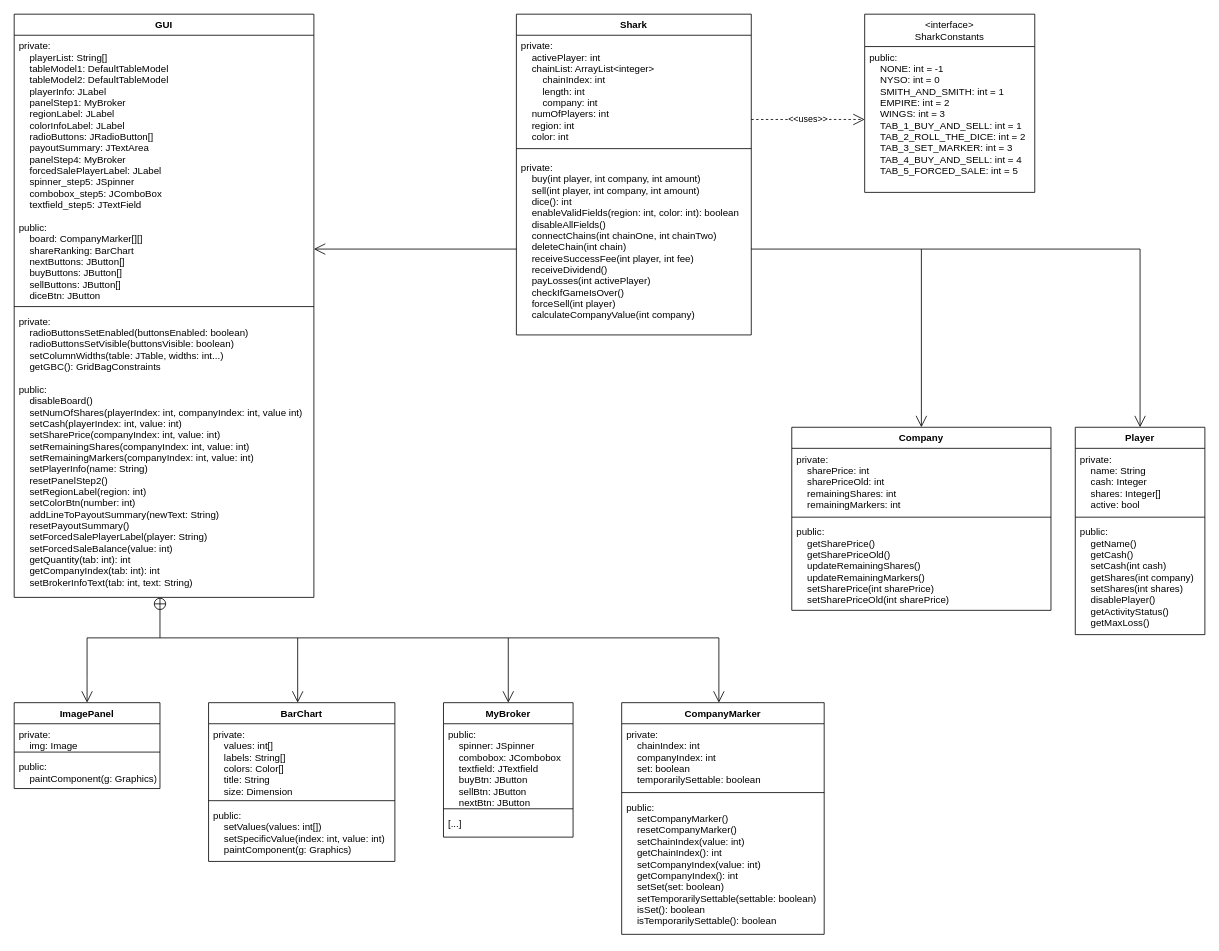
Above: SharkUML.drawio in felixhamm/shark-board-game (draw.io), before the change. Source tidied: cells renumbered, new cells numbered last; positions are measured from the earlier drawing's top-left corner, leaving out a move shared by most shapes. Both pictures are drawn from the tidied source at 81%, with x=0, y=0 at pixel (14, 14).
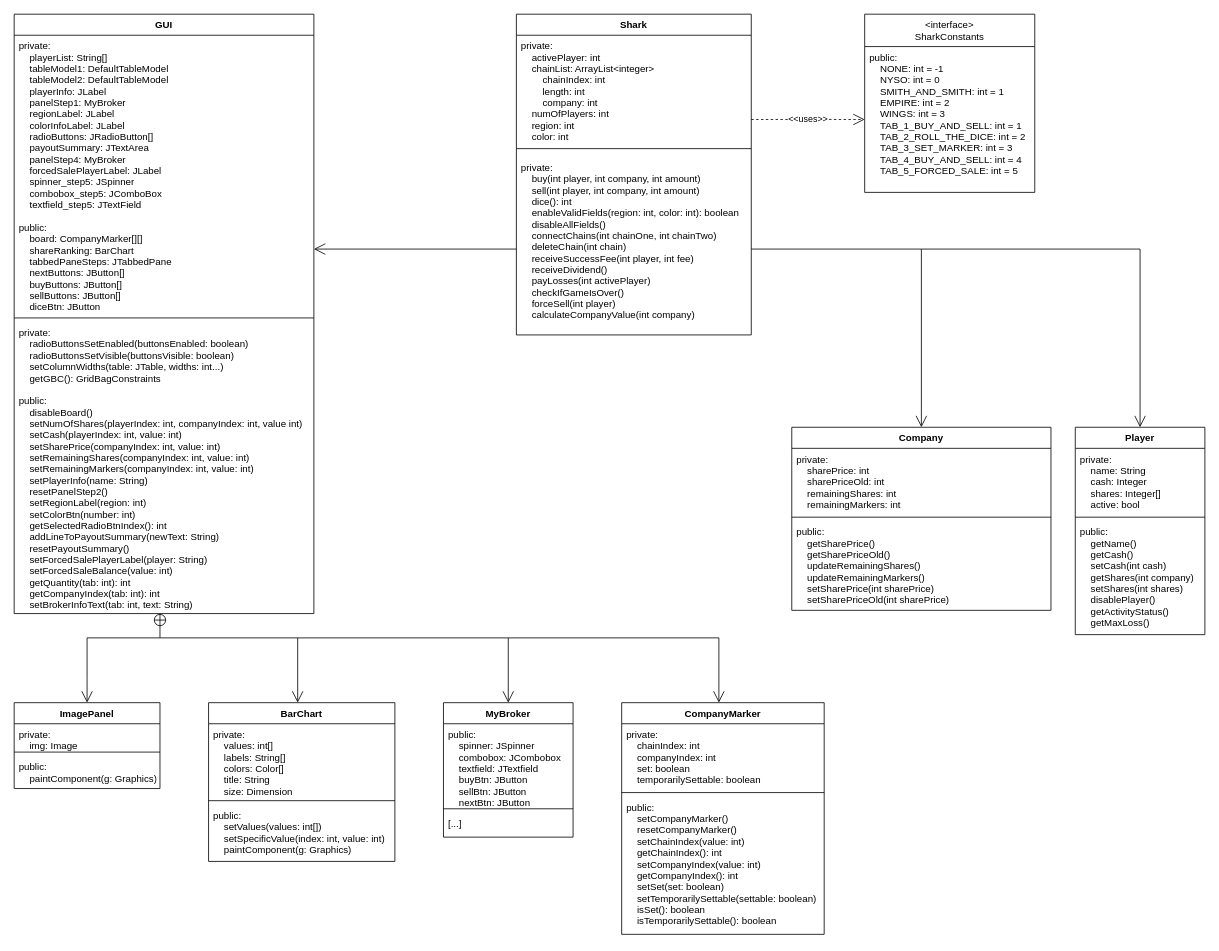
The same diagram, later.

Commit message (it also covers changes not shown here):
Moved Action Listeners from GUI Class to Shark Class and added example code for Action Listeners. Updated UML (drawIO file and PDF)

Diff of the diagram source:
```diff
@@
     <mxCell id="10" value="GUI" style="swimlane;fontStyle=1;align=center;verticalAlign=top;horizontal=1;startSize=26;" parent="1" vertex="1">
-      <mxGeometry width="370" height="720" as="geometry" />
+      <mxGeometry width="370" height="740" as="geometry" />
     </mxCell>
-    <mxCell id="11" value="private:&#10;    playerList: String[]&#10;    tableModel1: DefaultTableModel&#10;    tableModel2: DefaultTableModel&#10;    playerInfo: JLabel&#10;    panelStep1: MyBroker&#10;    regionLabel: JLabel&#10;    colorInfoLabel: JLabel&#10;    radioButtons: JRadioButton[]&#10;    payoutSummary: JTextArea&#10;    panelStep4: MyBroker&#10;    forcedSalePlayerLabel: JLabel&#10;    spinner_step5: JSpinner&#10;    combobox_step5: JComboBox&#10;    textfield_step5: JTextField&#10;&#10;public:&#10;    board: CompanyMarker[][]&#10;    shareRanking: BarChart&#10;    nextButtons: JButton[]&#10;    buyButtons: JButton[]&#10;    sellButtons: JButton[]&#10;    diceBtn: JButton" style="text;strokeColor=none;fillColor=none;align=left;verticalAlign=top;spacingLeft=4;spacingRight=4;overflow=hidden;" parent="10" vertex="1">
-      <mxGeometry y="26" width="370" height="330" as="geometry" />
+    <mxCell id="11" value="private:&#10;    playerList: String[]&#10;    tableModel1: DefaultTableModel&#10;    tableModel2: DefaultTableModel&#10;    playerInfo: JLabel&#10;    panelStep1: MyBroker&#10;    regionLabel: JLabel&#10;    colorInfoLabel: JLabel&#10;    radioButtons: JRadioButton[]&#10;    payoutSummary: JTextArea&#10;    panelStep4: MyBroker&#10;    forcedSalePlayerLabel: JLabel&#10;    spinner_step5: JSpinner&#10;    combobox_step5: JComboBox&#10;    textfield_step5: JTextField&#10;&#10;public:&#10;    board: CompanyMarker[][]&#10;    shareRanking: BarChart&#10;    tabbedPaneSteps: JTabbedPane&#10;    nextButtons: JButton[]&#10;    buyButtons: JButton[]&#10;    sellButtons: JButton[]&#10;    diceBtn: JButton" style="text;strokeColor=none;fillColor=none;align=left;verticalAlign=top;spacingLeft=4;spacingRight=4;overflow=hidden;" parent="10" vertex="1">
+      <mxGeometry y="26" width="370" height="344" as="geometry" />
     </mxCell>
     <mxCell id="12" style="line;strokeWidth=1;fillColor=none;align=left;verticalAlign=middle;spacingTop=-1;spacingLeft=3;spacingRight=3;labelPosition=right;strokeColor=inherit;" parent="10" vertex="1">
-      <mxGeometry y="356" width="370" height="10" as="geometry" />
+      <mxGeometry y="370" width="370" height="10" as="geometry" />
     </mxCell>
-    <mxCell id="13" value="private:&#10;    radioButtonsSetEnabled(buttonsEnabled: boolean)&#10;    radioButtonsSetVisible(buttonsVisible: boolean)&#10;    setColumnWidths(table: JTable, widths: int...)&#10;    getGBC(): GridBagConstraints&#10;&#10;public:&#10;    disableBoard()&#10;    setNumOfShares(playerIndex: int, companyIndex: int, value int)&#10;    setCash(playerIndex: int, value: int)&#10;    setSharePrice(companyIndex: int, value: int)&#10;    setRemainingShares(companyIndex: int, value: int)&#10;    setRemainingMarkers(companyIndex: int, value: int)&#10;    setPlayerInfo(name: String)&#10;    resetPanelStep2()&#10;    setRegionLabel(region: int) &#10;    setColorBtn(number: int)&#10;    addLineToPayoutSummary(newText: String)&#10;    resetPayoutSummary()&#10;    setForcedSalePlayerLabel(player: String)&#10;    setForcedSaleBalance(value: int)&#10;    getQuantity(tab: int): int&#10;    getCompanyIndex(tab: int): int&#10;    setBrokerInfoText(tab: int, text: String)" style="text;strokeColor=none;fillColor=none;align=left;verticalAlign=top;spacingLeft=4;spacingRight=4;overflow=hidden;" parent="10" vertex="1">
-      <mxGeometry y="366" width="370" height="354" as="geometry" />
+    <mxCell id="13" value="private:&#10;    radioButtonsSetEnabled(buttonsEnabled: boolean)&#10;    radioButtonsSetVisible(buttonsVisible: boolean)&#10;    setColumnWidths(table: JTable, widths: int...)&#10;    getGBC(): GridBagConstraints&#10;&#10;public:&#10;    disableBoard()&#10;    setNumOfShares(playerIndex: int, companyIndex: int, value int)&#10;    setCash(playerIndex: int, value: int)&#10;    setSharePrice(companyIndex: int, value: int)&#10;    setRemainingShares(companyIndex: int, value: int)&#10;    setRemainingMarkers(companyIndex: int, value: int)&#10;    setPlayerInfo(name: String)&#10;    resetPanelStep2()&#10;    setRegionLabel(region: int) &#10;    setColorBtn(number: int)&#10;    getSelectedRadioBtnIndex(): int&#10;    addLineToPayoutSummary(newText: String)&#10;    resetPayoutSummary()&#10;    setForcedSalePlayerLabel(player: String)&#10;    setForcedSaleBalance(value: int)&#10;    getQuantity(tab: int): int&#10;    getCompanyIndex(tab: int): int&#10;    setBrokerInfoText(tab: int, text: String)" style="text;strokeColor=none;fillColor=none;align=left;verticalAlign=top;spacingLeft=4;spacingRight=4;overflow=hidden;" parent="10" vertex="1">
+      <mxGeometry y="380" width="370" height="360" as="geometry" />
     </mxCell>
@@
     <mxCell id="36" style="endArrow=open;startArrow=circlePlus;endFill=0;startFill=0;endSize=12;html=1;rounded=0;" parent="1" edge="1">
       <mxGeometry relative="1" as="geometry">
-        <mxPoint x="180" y="720" as="sourcePoint" />
+        <mxPoint x="180" y="740" as="sourcePoint" />
         <mxPoint x="90" y="850" as="targetPoint" />
         <Array as="points">
           <mxPoint x="180" y="770" />
           <mxPoint x="90" y="770" />
           <mxPoint x="90" y="820" />
         </Array>
       </mxGeometry>
     </mxCell>
```
